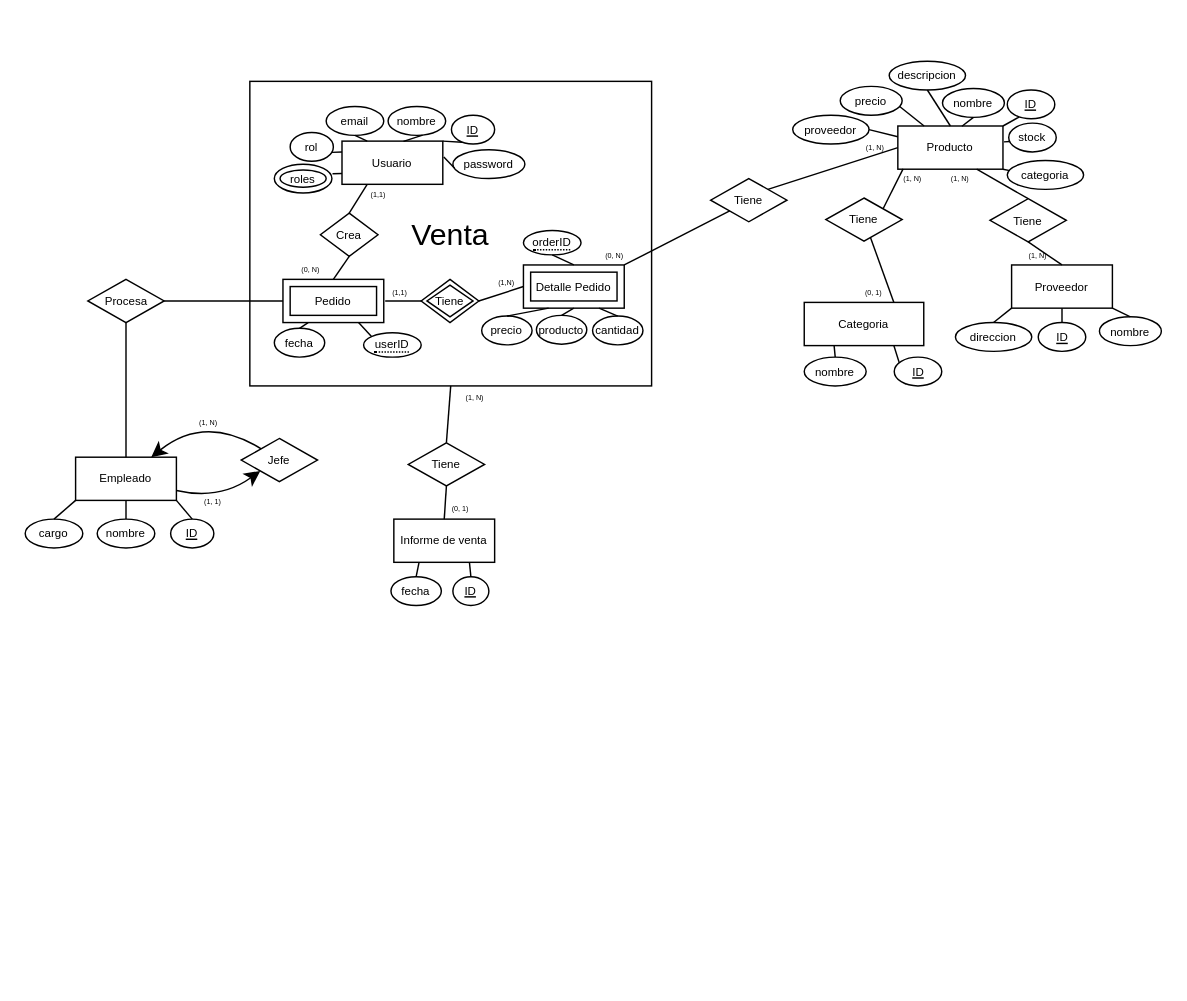
This is Diagrama sin título.drawio from SergioMir018/Inventario-FE, a draw.io file, before an edit. Source tidied: cells renumbered, new cells numbered last; positions are measured from the earlier drawing's top-left corner, leaving out a move shared by most shapes. Both pictures are drawn from the tidied source at 144%, with x=0, y=0 at pixel (24, 60).
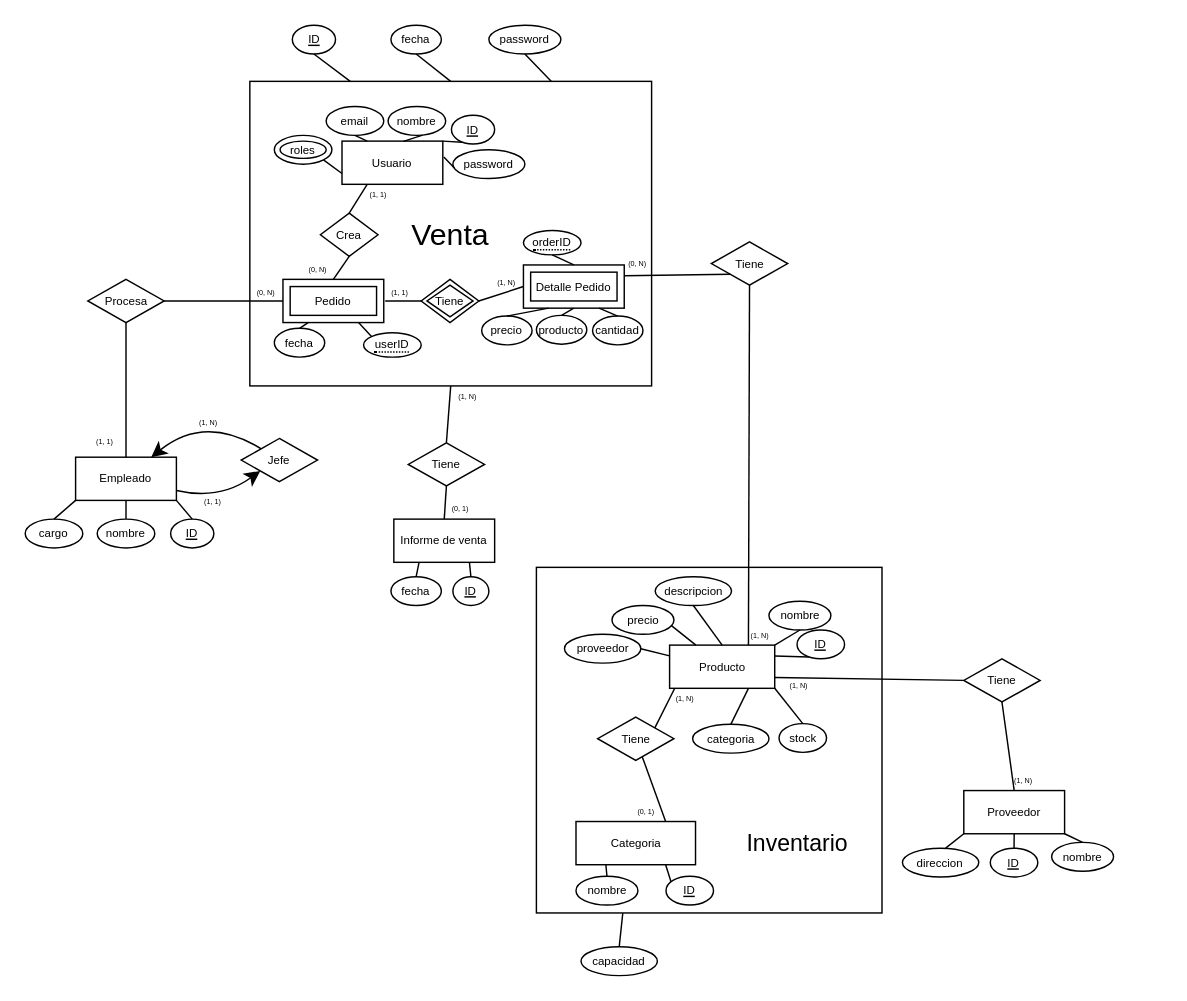
The same page after the edit.

The change refers to these unchanged cells:
```xml
<mxCell id="2" value="Venta" style="whiteSpace=wrap;html=1;align=center;fontSize=21;shadow=0;" parent="1" vertex="1">
  <mxGeometry x="156" y="14" width="279" height="211.5" as="geometry" />
</mxCell>
<mxCell id="3" value="Usuario" style="rounded=0;whiteSpace=wrap;html=1;fontSize=8;labelBackgroundColor=none;shadow=0;" parent="1" vertex="1">
  <mxGeometry x="220" y="55.5" width="70" height="30" as="geometry" />
</mxCell>
<mxCell id="43" value="Detalle Pedido" style="shape=ext;margin=3;double=1;whiteSpace=wrap;html=1;align=center;fontSize=8;shadow=0;" parent="1" vertex="1">
  <mxGeometry x="346" y="141.5" width="70" height="30" as="geometry" />
</mxCell>
```

The edit, as a diff of the source:
```diff
@@
+    <mxCell id="108" style="whiteSpace=wrap;html=1;fontSize=16;" parent="1" vertex="1">
+      <mxGeometry x="355" y="351.5" width="240" height="240" as="geometry" />
+    </mxCell>
@@
-    <mxCell id="12" value="rol" style="ellipse;whiteSpace=wrap;html=1;rounded=0;labelBackgroundColor=none;fontSize=8;shadow=0;" parent="1" vertex="1">
-      <mxGeometry x="184" y="49.5" width="30" height="20" as="geometry" />
-    </mxCell>
-    <mxCell id="13" style="endArrow=none;html=1;rounded=0;entryX=0.955;entryY=0.69;entryDx=0;entryDy=0;entryPerimeter=0;exitX=0;exitY=0.25;exitDx=0;exitDy=0;labelBackgroundColor=none;fontColor=default;shadow=0;" parent="1" edge="1" source="3" target="12">
-      <mxGeometry relative="1" as="geometry" />
-    </mxCell>
-    <mxCell id="14" style="endArrow=none;html=1;rounded=0;entryX=0;entryY=0.75;entryDx=0;entryDy=0;exitX=1.01;exitY=0.33;exitDx=0;exitDy=0;exitPerimeter=0;labelBackgroundColor=none;fontColor=default;shadow=0;" parent="1" edge="1" source="35" target="3">
+    <mxCell id="14" style="endArrow=none;html=1;rounded=0;entryX=0;entryY=0.75;entryDx=0;entryDy=0;exitX=1;exitY=1;exitDx=0;exitDy=0;labelBackgroundColor=none;fontColor=default;shadow=0;" parent="1" edge="1" source="35" target="3">
       <mxGeometry relative="1" as="geometry" />
     </mxCell>
     <mxCell id="15" value="Producto" style="rounded=0;whiteSpace=wrap;html=1;fontSize=8;labelBackgroundColor=none;shadow=0;" parent="1" vertex="1">
-      <mxGeometry x="606" y="45" width="73" height="30" as="geometry" />
+      <mxGeometry x="447.5" y="405.5" width="73" height="30" as="geometry" />
     </mxCell>
-    <mxCell id="16" style="endArrow=none;html=1;rounded=0;exitX=1;exitY=0;exitDx=0;exitDy=0;entryX=0.248;entryY=0.94;entryDx=0;entryDy=0;entryPerimeter=0;labelBackgroundColor=none;fontColor=default;shadow=0;" parent="1" edge="1" source="15" target="17">
+    <mxCell id="16" style="endArrow=none;html=1;rounded=0;exitX=1;exitY=0.25;exitDx=0;exitDy=0;entryX=0.248;entryY=0.94;entryDx=0;entryDy=0;entryPerimeter=0;labelBackgroundColor=none;fontColor=default;shadow=0;" parent="1" edge="1" source="15" target="17">
       <mxGeometry relative="1" as="geometry" />
     </mxCell>
     <mxCell id="17" value="&lt;u style=&quot;font-size: 8px;&quot;&gt;ID&lt;/u&gt;" style="ellipse;whiteSpace=wrap;html=1;rounded=0;labelBackgroundColor=none;fontSize=8;shadow=0;" parent="1" vertex="1">
-      <mxGeometry x="682" y="20" width="33" height="20" as="geometry" />
+      <mxGeometry x="536" y="395" width="33" height="20" as="geometry" />
     </mxCell>
     <mxCell id="18" value="&lt;font style=&quot;font-size: 8px;&quot;&gt;nombre&lt;/font&gt;" style="ellipse;whiteSpace=wrap;html=1;rounded=0;labelBackgroundColor=none;fontSize=8;shadow=0;" parent="1" vertex="1">
-      <mxGeometry x="637" y="19" width="43" height="20" as="geometry" />
+      <mxGeometry x="516.5" y="375" width="43" height="20" as="geometry" />
     </mxCell>
-    <mxCell id="19" style="endArrow=none;html=1;rounded=0;entryX=0.5;entryY=1;entryDx=0;entryDy=0;exitX=0.61;exitY=0.007;exitDx=0;exitDy=0;exitPerimeter=0;labelBackgroundColor=none;fontColor=default;shadow=0;" parent="1" edge="1" source="15" target="18">
+    <mxCell id="19" style="endArrow=none;html=1;rounded=0;entryX=0.5;entryY=1;entryDx=0;entryDy=0;exitX=1;exitY=0;exitDx=0;exitDy=0;labelBackgroundColor=none;fontColor=default;shadow=0;" parent="1" edge="1" source="15" target="18">
       <mxGeometry relative="1" as="geometry" />
     </mxCell>
     <mxCell id="20" value="descripcion" style="ellipse;whiteSpace=wrap;html=1;rounded=0;labelBackgroundColor=none;fontSize=8;shadow=0;" parent="1" vertex="1">
-      <mxGeometry x="600" width="53" height="20" as="geometry" />
+      <mxGeometry x="437.5" y="358" width="53" height="20" as="geometry" />
     </mxCell>
-    <mxCell id="21" style="endArrow=none;html=1;rounded=0;entryX=0.5;entryY=1;entryDx=0;entryDy=0;exitX=0.5;exitY=0;exitDx=0;exitDy=0;labelBackgroundColor=none;fontColor=default;shadow=0;" parent="1" edge="1" source="15" target="20">
+    <mxCell id="21" style="endArrow=none;html=1;rounded=0;exitX=0.5;exitY=0;exitDx=0;exitDy=0;labelBackgroundColor=none;fontColor=default;shadow=0;entryX=0.5;entryY=1;entryDx=0;entryDy=0;" parent="1" edge="1" source="15" target="20">
       <mxGeometry relative="1" as="geometry" />
     </mxCell>
     <mxCell id="22" value="&lt;font style=&quot;font-size: 8px;&quot;&gt;stock&lt;/font&gt;" style="ellipse;whiteSpace=wrap;html=1;rounded=0;labelBackgroundColor=none;fontSize=8;shadow=0;" parent="1" vertex="1">
-      <mxGeometry x="683" y="43" width="33" height="20" as="geometry" />
+      <mxGeometry x="523.5" y="460" width="33" height="20" as="geometry" />
     </mxCell>
-    <mxCell id="23" style="endArrow=none;html=1;rounded=0;entryX=0.024;entryY=0.64;entryDx=0;entryDy=0;entryPerimeter=0;exitX=1.01;exitY=0.367;exitDx=0;exitDy=0;exitPerimeter=0;labelBackgroundColor=none;fontColor=default;shadow=0;" parent="1" edge="1" source="15" target="22">
+    <mxCell id="23" style="endArrow=none;html=1;rounded=0;entryX=0.5;entryY=0;entryDx=0;entryDy=0;exitX=1;exitY=1;exitDx=0;exitDy=0;labelBackgroundColor=none;fontColor=default;shadow=0;" parent="1" edge="1" source="15" target="22">
       <mxGeometry relative="1" as="geometry" />
     </mxCell>
     <mxCell id="24" value="precio" style="ellipse;whiteSpace=wrap;html=1;rounded=0;labelBackgroundColor=none;fontSize=8;shadow=0;" parent="1" vertex="1">
-      <mxGeometry x="566" y="17.5" width="43" height="20" as="geometry" />
+      <mxGeometry x="407.5" y="378" width="43" height="20" as="geometry" />
     </mxCell>
@@
     <mxCell id="26" value="Categoria" style="rounded=0;whiteSpace=wrap;html=1;fontSize=8;labelBackgroundColor=none;shadow=0;" parent="1" vertex="1">
-      <mxGeometry x="541" y="167.5" width="83" height="30" as="geometry" />
+      <mxGeometry x="382.5" y="528" width="83" height="30" as="geometry" />
     </mxCell>
@@
     <mxCell id="28" value="&lt;u style=&quot;font-size: 8px;&quot;&gt;ID&lt;/u&gt;" style="ellipse;whiteSpace=wrap;html=1;rounded=0;labelBackgroundColor=none;fontSize=8;shadow=0;" parent="1" vertex="1">
-      <mxGeometry x="603.5" y="205.5" width="33" height="20" as="geometry" />
+      <mxGeometry x="445" y="566" width="33" height="20" as="geometry" />
     </mxCell>
     <mxCell id="29" value="&lt;font style=&quot;font-size: 8px;&quot;&gt;nombre&lt;/font&gt;" style="ellipse;whiteSpace=wrap;html=1;rounded=0;labelBackgroundColor=none;fontSize=8;shadow=0;" parent="1" vertex="1">
-      <mxGeometry x="541" y="205.5" width="43" height="20" as="geometry" />
+      <mxGeometry x="382.5" y="566" width="43" height="20" as="geometry" />
     </mxCell>
@@
     <mxCell id="31" value="categoria" style="ellipse;whiteSpace=wrap;html=1;rounded=0;labelBackgroundColor=none;fontSize=8;shadow=0;" parent="1" vertex="1">
-      <mxGeometry x="682" y="69" width="53" height="20" as="geometry" />
+      <mxGeometry x="463.5" y="460.5" width="53" height="20" as="geometry" />
     </mxCell>
-    <mxCell id="32" style="endArrow=none;html=1;rounded=0;fontSize=12;startSize=8;endSize=8;curved=1;entryX=1;entryY=1;entryDx=0;entryDy=0;exitX=0.034;exitY=0.35;exitDx=0;exitDy=0;exitPerimeter=0;labelBackgroundColor=none;fontColor=default;shadow=0;" parent="1" edge="1" source="31" target="15">
+    <mxCell id="32" style="endArrow=none;html=1;rounded=0;fontSize=12;startSize=8;endSize=8;curved=1;entryX=0.75;entryY=1;entryDx=0;entryDy=0;exitX=0.5;exitY=0;exitDx=0;exitDy=0;labelBackgroundColor=none;fontColor=default;shadow=0;" parent="1" edge="1" source="31" target="15">
       <mxGeometry relative="1" as="geometry" />
     </mxCell>
@@
     <mxCell id="35" value="roles" style="ellipse;shape=doubleEllipse;whiteSpace=wrap;html=1;fontSize=8;rounded=0;labelBackgroundColor=none;shadow=0;" parent="1" vertex="1">
-      <mxGeometry x="173" y="71.5" width="40" height="20" as="geometry" />
+      <mxGeometry x="173" y="51.5" width="40" height="20" as="geometry" />
     </mxCell>
@@
     <mxCell id="37" value="Tiene" style="shape=rhombus;perimeter=rhombusPerimeter;whiteSpace=wrap;html=1;align=center;fontSize=8;shadow=0;" parent="1" vertex="1">
-      <mxGeometry x="556" y="95" width="53" height="30" as="geometry" />
+      <mxGeometry x="397.5" y="455.5" width="53" height="30" as="geometry" />
     </mxCell>
     <mxCell id="38" value="&lt;span style=&quot;font-size: 5px;&quot;&gt;(1, N)&lt;/span&gt;" style="text;html=1;align=center;verticalAlign=middle;strokeColor=none;fillColor=none;fontSize=16;shadow=0;" parent="1" vertex="1">
-      <mxGeometry x="596" y="63" width="40" height="30" as="geometry" />
+      <mxGeometry x="437.5" y="423.5" width="40" height="30" as="geometry" />
     </mxCell>
     <mxCell id="39" value="&lt;font style=&quot;font-size: 5px;&quot;&gt;(0, 1)&lt;/font&gt;" style="text;html=1;align=center;verticalAlign=middle;strokeColor=none;fillColor=none;fontSize=16;shadow=0;" parent="1" vertex="1">
-      <mxGeometry x="569" y="141.5" width="40" height="30" as="geometry" />
+      <mxGeometry x="411" y="502" width="40" height="30" as="geometry" />
     </mxCell>
@@
-    <mxCell id="51" value="&lt;span style=&quot;font-size: 5px;&quot;&gt;(1,N)&lt;/span&gt;" style="text;html=1;align=center;verticalAlign=middle;strokeColor=none;fillColor=none;fontSize=16;shadow=0;" parent="1" vertex="1">
-      <mxGeometry x="319" y="134.5" width="30" height="30" as="geometry" />
+    <mxCell id="51" value="&lt;span style=&quot;font-size: 5px;&quot;&gt;(1, N)&lt;/span&gt;" style="text;html=1;align=center;verticalAlign=middle;strokeColor=none;fillColor=none;fontSize=16;shadow=0;" parent="1" vertex="1">
+      <mxGeometry x="314" y="134.5" width="40" height="30" as="geometry" />
     </mxCell>
-    <mxCell id="52" value="&lt;span style=&quot;font-size: 5px;&quot;&gt;(1,1)&lt;/span&gt;" style="text;html=1;align=center;verticalAlign=middle;strokeColor=none;fillColor=none;fontSize=16;shadow=0;" parent="1" vertex="1">
-      <mxGeometry x="245" y="141.5" width="30" height="30" as="geometry" />
+    <mxCell id="52" value="&lt;span style=&quot;font-size: 5px;&quot;&gt;(1, 1)&lt;/span&gt;" style="text;html=1;align=center;verticalAlign=middle;strokeColor=none;fillColor=none;fontSize=16;shadow=0;" parent="1" vertex="1">
+      <mxGeometry x="240" y="141.5" width="40" height="30" as="geometry" />
     </mxCell>
@@
-    <mxCell id="56" value="&lt;span style=&quot;font-size: 5px;&quot;&gt;(1,1)&lt;/span&gt;" style="text;html=1;align=center;verticalAlign=middle;strokeColor=none;fillColor=none;fontSize=16;shadow=0;" parent="1" vertex="1">
-      <mxGeometry x="230" y="73.5" width="30" height="30" as="geometry" />
+    <mxCell id="56" value="&lt;span style=&quot;font-size: 5px;&quot;&gt;(1, 1)&lt;/span&gt;" style="text;html=1;align=center;verticalAlign=middle;strokeColor=none;fillColor=none;fontSize=16;shadow=0;" parent="1" vertex="1">
+      <mxGeometry x="225" y="73.5" width="40" height="30" as="geometry" />
     </mxCell>
     <mxCell id="57" value="&lt;span style=&quot;font-size: 5px;&quot;&gt;(0, N)&lt;/span&gt;" style="text;html=1;align=center;verticalAlign=middle;strokeColor=none;fillColor=none;fontSize=16;shadow=0;" parent="1" vertex="1">
-      <mxGeometry x="178" y="125.5" width="40" height="30" as="geometry" />
+      <mxGeometry x="183" y="125.5" width="40" height="30" as="geometry" />
     </mxCell>
@@
     <mxCell id="59" value="proveedor" style="ellipse;whiteSpace=wrap;html=1;rounded=0;labelBackgroundColor=none;fontSize=8;shadow=0;" parent="1" vertex="1">
-      <mxGeometry x="533" y="37.5" width="53" height="20" as="geometry" />
+      <mxGeometry x="374.5" y="398" width="53" height="20" as="geometry" />
     </mxCell>
     <mxCell id="60" value="Proveedor" style="whiteSpace=wrap;html=1;align=center;fontSize=8;shadow=0;" parent="1" vertex="1">
-      <mxGeometry x="685" y="141.5" width="70" height="30" as="geometry" />
+      <mxGeometry x="651.8" y="506.5" width="70" height="30" as="geometry" />
     </mxCell>
@@
     <mxCell id="62" value="&lt;font style=&quot;font-size: 8px;&quot;&gt;nombre&lt;/font&gt;" style="ellipse;whiteSpace=wrap;html=1;rounded=0;labelBackgroundColor=none;fontSize=8;shadow=0;" parent="1" vertex="1">
-      <mxGeometry x="746" y="177.5" width="43" height="20" as="geometry" />
+      <mxGeometry x="712.8" y="542.5" width="43" height="20" as="geometry" />
     </mxCell>
     <mxCell id="63" value="&lt;u style=&quot;font-size: 8px;&quot;&gt;ID&lt;/u&gt;" style="ellipse;whiteSpace=wrap;html=1;rounded=0;labelBackgroundColor=none;fontSize=8;shadow=0;" parent="1" vertex="1">
-      <mxGeometry x="703.5" y="181.5" width="33" height="20" as="geometry" />
+      <mxGeometry x="670.2" y="546.5" width="33" height="20" as="geometry" />
     </mxCell>
     <mxCell id="64" value="direccion" style="ellipse;whiteSpace=wrap;html=1;rounded=0;labelBackgroundColor=none;fontSize=8;shadow=0;" parent="1" vertex="1">
-      <mxGeometry x="646" y="181.5" width="53" height="20" as="geometry" />
+      <mxGeometry x="609.2" y="546.5" width="53" height="20" as="geometry" />
     </mxCell>
-    <mxCell id="65" style="endArrow=none;html=1;rounded=0;fontSize=12;startSize=8;endSize=8;curved=1;exitX=0.5;exitY=0;exitDx=0;exitDy=0;entryX=0;entryY=1;entryDx=0;entryDy=0;labelBackgroundColor=none;fontColor=default;shadow=0;" parent="1" edge="1" source="64" target="60">
-      <mxGeometry relative="1" as="geometry" />
+    <mxCell id="65" style="endArrow=none;html=1;rounded=0;fontSize=12;startSize=8;endSize=8;curved=1;exitX=0.5;exitY=0;exitDx=0;exitDy=0;entryX=0;entryY=1;entryDx=0;entryDy=0;labelBackgroundColor=none;fontColor=default;shadow=0;" parent="1" edge="1" target="60">
+      <mxGeometry relative="1" as="geometry">
+        <mxPoint x="639.2" y="546.5" as="sourcePoint" />
+      </mxGeometry>
     </mxCell>
@@
     <mxCell id="68" value="Tiene" style="shape=rhombus;perimeter=rhombusPerimeter;whiteSpace=wrap;html=1;align=center;fontSize=8;shadow=0;" parent="1" vertex="1">
-      <mxGeometry x="670" y="95.5" width="53" height="30" as="geometry" />
+      <mxGeometry x="651.8" y="415" width="53" height="30" as="geometry" />
     </mxCell>
-    <mxCell id="69" style="endArrow=none;html=1;rounded=0;fontSize=12;startSize=8;endSize=8;curved=1;entryX=0.75;entryY=1;entryDx=0;entryDy=0;exitX=0.5;exitY=0;exitDx=0;exitDy=0;shadow=0;" parent="1" edge="1" source="68" target="15">
+    <mxCell id="69" style="endArrow=none;html=1;rounded=0;fontSize=12;startSize=8;endSize=8;curved=1;entryX=1;entryY=0.75;entryDx=0;entryDy=0;exitX=0;exitY=0.5;exitDx=0;exitDy=0;shadow=0;" parent="1" edge="1" source="68" target="15">
       <mxGeometry relative="1" as="geometry" />
     </mxCell>
@@
     <mxCell id="71" value="&lt;span style=&quot;font-size: 5px;&quot;&gt;(1, N)&lt;/span&gt;" style="text;html=1;align=center;verticalAlign=middle;strokeColor=none;fillColor=none;fontSize=16;shadow=0;" parent="1" vertex="1">
-      <mxGeometry x="683" y="116" width="40" height="30" as="geometry" />
+      <mxGeometry x="672.8" y="480.5" width="40" height="30" as="geometry" />
     </mxCell>
     <mxCell id="72" value="&lt;span style=&quot;font-size: 5px;&quot;&gt;(1, N)&lt;/span&gt;" style="text;html=1;align=center;verticalAlign=middle;strokeColor=none;fillColor=none;fontSize=16;shadow=0;" parent="1" vertex="1">
-      <mxGeometry x="629" y="63" width="40" height="30" as="geometry" />
+      <mxGeometry x="516.5" y="415" width="40" height="30" as="geometry" />
     </mxCell>
@@
     <mxCell id="87" value="&lt;span style=&quot;font-size: 5px;&quot;&gt;(1, N)&lt;/span&gt;" style="text;html=1;align=center;verticalAlign=middle;strokeColor=none;fillColor=none;fontSize=16;shadow=0;" parent="1" vertex="1">
-      <mxGeometry x="292" y="215" width="40" height="30" as="geometry" />
+      <mxGeometry x="287" y="214" width="40" height="30" as="geometry" />
     </mxCell>
     <mxCell id="88" value="Tiene" style="shape=rhombus;perimeter=rhombusPerimeter;whiteSpace=wrap;html=1;align=center;fontSize=8;shadow=0;" parent="1" vertex="1">
-      <mxGeometry x="476" y="81.5" width="53" height="30" as="geometry" />
+      <mxGeometry x="476.5" y="125.5" width="53" height="30" as="geometry" />
     </mxCell>
-    <mxCell id="89" style="endArrow=none;html=1;rounded=0;fontSize=12;startSize=8;endSize=8;curved=1;exitX=1;exitY=0;exitDx=0;exitDy=0;entryX=0;entryY=1;entryDx=0;entryDy=0;labelBackgroundColor=none;fontColor=default;shadow=0;" parent="1" edge="1" source="43" target="88">
+    <mxCell id="89" style="endArrow=none;html=1;rounded=0;fontSize=12;startSize=8;endSize=8;curved=1;exitX=1;exitY=0.25;exitDx=0;exitDy=0;entryX=0;entryY=1;entryDx=0;entryDy=0;labelBackgroundColor=none;fontColor=default;shadow=0;" parent="1" edge="1" source="43" target="88">
       <mxGeometry relative="1" as="geometry" />
     </mxCell>
-    <mxCell id="90" style="endArrow=none;html=1;rounded=0;fontSize=12;startSize=8;endSize=8;curved=1;exitX=1;exitY=0;exitDx=0;exitDy=0;labelBackgroundColor=none;fontColor=default;shadow=0;" parent="1" edge="1" source="88">
-      <mxGeometry relative="1" as="geometry">
-        <mxPoint x="606" y="60" as="targetPoint" />
-      </mxGeometry>
+    <mxCell id="90" style="endArrow=none;html=1;rounded=0;fontSize=12;startSize=8;endSize=8;curved=1;exitX=0.5;exitY=1;exitDx=0;exitDy=0;labelBackgroundColor=none;fontColor=default;shadow=0;entryX=0.75;entryY=0;entryDx=0;entryDy=0;" parent="1" edge="1" source="88" target="15">
+      <mxGeometry relative="1" as="geometry" />
     </mxCell>
     <mxCell id="91" value="&lt;span style=&quot;font-size: 5px;&quot;&gt;(1, N)&lt;/span&gt;" style="text;html=1;align=center;verticalAlign=middle;strokeColor=none;fillColor=none;fontSize=16;shadow=0;" parent="1" vertex="1">
-      <mxGeometry x="570" y="40.5" width="40" height="30" as="geometry" />
+      <mxGeometry x="489.5" y="380" width="40" height="30" as="geometry" />
     </mxCell>
     <mxCell id="92" value="&lt;span style=&quot;font-size: 5px;&quot;&gt;(0, N)&lt;/span&gt;" style="text;html=1;align=center;verticalAlign=middle;strokeColor=none;fillColor=none;fontSize=16;shadow=0;" parent="1" vertex="1">
-      <mxGeometry x="389" y="116" width="40" height="30" as="geometry" />
+      <mxGeometry x="405" y="121.5" width="40" height="30" as="geometry" />
     </mxCell>
@@
+    <mxCell id="109" value="Inventario" style="text;html=1;align=center;verticalAlign=middle;strokeColor=none;fillColor=none;fontSize=16;" parent="1" vertex="1">
+      <mxGeometry x="490.5" y="528" width="90" height="30" as="geometry" />
+    </mxCell>
+    <mxCell id="110" style="edgeStyle=none;curved=1;rounded=0;orthogonalLoop=1;jettySize=auto;html=1;exitX=1;exitY=1;exitDx=0;exitDy=0;fontSize=12;startSize=8;endSize=8;" parent="1" edge="1" source="88" target="88">
+      <mxGeometry relative="1" as="geometry" />
+    </mxCell>
+    <mxCell id="111" value="&lt;span style=&quot;font-size: 5px;&quot;&gt;(1, 1)&lt;/span&gt;" style="text;html=1;align=center;verticalAlign=middle;strokeColor=none;fillColor=none;fontSize=16;shadow=0;" parent="1" vertex="1">
+      <mxGeometry x="35" y="245" width="40" height="30" as="geometry" />
+    </mxCell>
+    <mxCell id="112" value="&lt;span style=&quot;font-size: 5px;&quot;&gt;(0, N)&lt;/span&gt;" style="text;html=1;align=center;verticalAlign=middle;strokeColor=none;fillColor=none;fontSize=16;shadow=0;" parent="1" vertex="1">
+      <mxGeometry x="147" y="141.5" width="40" height="30" as="geometry" />
+    </mxCell>
+    <mxCell id="113" value="fecha" style="ellipse;whiteSpace=wrap;html=1;align=center;fontSize=8;shadow=0;" parent="1" vertex="1">
+      <mxGeometry x="254" y="-25" width="35" height="20" as="geometry" />
+    </mxCell>
+    <mxCell id="114" value="&lt;u style=&quot;font-size: 8px;&quot;&gt;ID&lt;/u&gt;" style="ellipse;whiteSpace=wrap;html=1;rounded=0;labelBackgroundColor=none;fontSize=8;shadow=0;" parent="1" vertex="1">
+      <mxGeometry x="185.5" y="-25" width="30" height="20" as="geometry" />
+    </mxCell>
+    <mxCell id="115" value="&lt;font style=&quot;font-size: 8px;&quot;&gt;password&lt;/font&gt;" style="ellipse;whiteSpace=wrap;html=1;rounded=0;labelBackgroundColor=none;fontSize=8;shadow=0;" parent="1" vertex="1">
+      <mxGeometry x="322" y="-25" width="50" height="20" as="geometry" />
+    </mxCell>
+    <mxCell id="116" style="endArrow=none;html=1;rounded=0;fontSize=12;startSize=8;endSize=8;curved=1;entryX=0.5;entryY=1;entryDx=0;entryDy=0;exitX=0.25;exitY=0;exitDx=0;exitDy=0;" parent="1" edge="1" source="2" target="114">
+      <mxGeometry relative="1" as="geometry" />
+    </mxCell>
+    <mxCell id="117" style="endArrow=none;html=1;rounded=0;fontSize=12;startSize=8;endSize=8;curved=1;entryX=0.5;entryY=1;entryDx=0;entryDy=0;exitX=0.5;exitY=0;exitDx=0;exitDy=0;" parent="1" edge="1" source="2" target="113">
+      <mxGeometry relative="1" as="geometry" />
+    </mxCell>
+    <mxCell id="118" style="endArrow=none;html=1;rounded=0;fontSize=12;startSize=8;endSize=8;curved=1;entryX=0.5;entryY=1;entryDx=0;entryDy=0;exitX=0.75;exitY=0;exitDx=0;exitDy=0;" parent="1" edge="1" source="2" target="115">
+      <mxGeometry relative="1" as="geometry" />
+    </mxCell>
+    <mxCell id="119" value="capacidad" style="ellipse;whiteSpace=wrap;html=1;rounded=0;labelBackgroundColor=none;fontSize=8;shadow=0;" parent="1" vertex="1">
+      <mxGeometry x="386" y="615" width="53" height="20" as="geometry" />
+    </mxCell>
+    <mxCell id="120" style="endArrow=none;html=1;rounded=0;fontSize=12;startSize=8;endSize=8;curved=1;exitX=0.5;exitY=0;exitDx=0;exitDy=0;labelBackgroundColor=none;fontColor=default;shadow=0;entryX=0.25;entryY=1;entryDx=0;entryDy=0;" parent="1" edge="1" source="119" target="108">
+      <mxGeometry relative="1" as="geometry" />
+    </mxCell>
```
